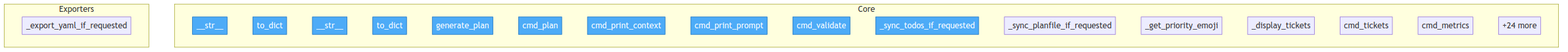
This is project/flow.png from semcod/nxdo, a Mermaid export, as it was before one commit. Its source is kept beside it as project/flow.mmd.
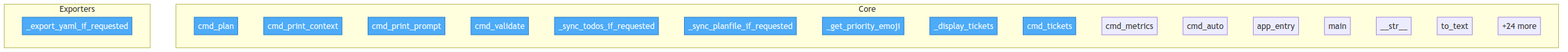
The same diagram one commit later.

The edit, as a diff of the source:
```diff
@@ -3,26 +3,26 @@
     classDef entry fill:#4dabf7,stroke:#1971c2,color:#fff
 
     subgraph Core
-        src__lane__models__Task____str__["__str__"]
-        src__lane__models__Task__to_dict["to_dict"]
-        src__lane__models__TaskPlan____str__["__str__"]
-        src__lane__models__TaskPlan__to_dict["to_dict"]
-        src__lane__providers__base__LLMProvider__generate_plan["generate_plan"]
-        src__lane__cli__cmd_plan["cmd_plan"]
-        src__lane__cli__cmd_print_context["cmd_print_context"]
-        src__lane__cli__cmd_print_prompt["cmd_print_prompt"]
-        src__lane__cli__cmd_validate["cmd_validate"]
-        src__lane__cli___sync_todos_if_requested["_sync_todos_if_requested"]
-        src__lane__cli___sync_planfile_if_requested["_sync_planfile_if_requested"]
-        src__lane__cli___get_priority_emoji["_get_priority_emoji"]
-        src__lane__cli___display_tickets["_display_tickets"]
-        src__lane__cli__cmd_tickets["cmd_tickets"]
-        src__lane__cli__cmd_metrics["cmd_metrics"]
+        src__nxdo__cli__cmd_plan["cmd_plan"]
+        src__nxdo__cli__cmd_print_context["cmd_print_context"]
+        src__nxdo__cli__cmd_print_prompt["cmd_print_prompt"]
+        src__nxdo__cli__cmd_validate["cmd_validate"]
+        src__nxdo__cli___sync_todos_if_requested["_sync_todos_if_requested"]
+        src__nxdo__cli___sync_planfile_if_requested["_sync_planfile_if_requested"]
+        src__nxdo__cli___get_priority_emoji["_get_priority_emoji"]
+        src__nxdo__cli___display_tickets["_display_tickets"]
+        src__nxdo__cli__cmd_tickets["cmd_tickets"]
+        src__nxdo__cli__cmd_metrics["cmd_metrics"]
+        src__nxdo__cli__cmd_auto["cmd_auto"]
+        src__nxdo__cli__app_entry["app_entry"]
+        src__nxdo__cli__main["main"]
+        src__nxdo__git_reader__CommitInfo____str__["__str__"]
+        src__nxdo__git_reader__GitContext__to_text["to_text"]
         ...["+24 more"]
     end
 
     subgraph Exporters
-        src__lane__cli___export_yaml_if_requested["_export_yaml_if_requested"]
+        src__nxdo__cli___export_yaml_if_requested["_export_yaml_if_requested"]
     end
 
-    class src__lane__models__Task____str__,src__lane__models__Task__to_dict,src__lane__models__TaskPlan____str__,src__lane__models__TaskPlan__to_dict,src__lane__providers__base__LLMProvider__generate_plan,src__lane__cli__cmd_plan,src__lane__cli__cmd_print_context,src__lane__cli__cmd_print_prompt,src__lane__cli__cmd_validate,src__lane__cli___sync_todos_if_requested entry
+    class src__nxdo__cli__cmd_plan,src__nxdo__cli__cmd_print_context,src__nxdo__cli__cmd_print_prompt,src__nxdo__cli__cmd_validate,src__nxdo__cli___sync_todos_if_requested,src__nxdo__cli___sync_planfile_if_requested,src__nxdo__cli___export_yaml_if_requested,src__nxdo__cli___get_priority_emoji,src__nxdo__cli___display_tickets,src__nxdo__cli__cmd_tickets entry
```
